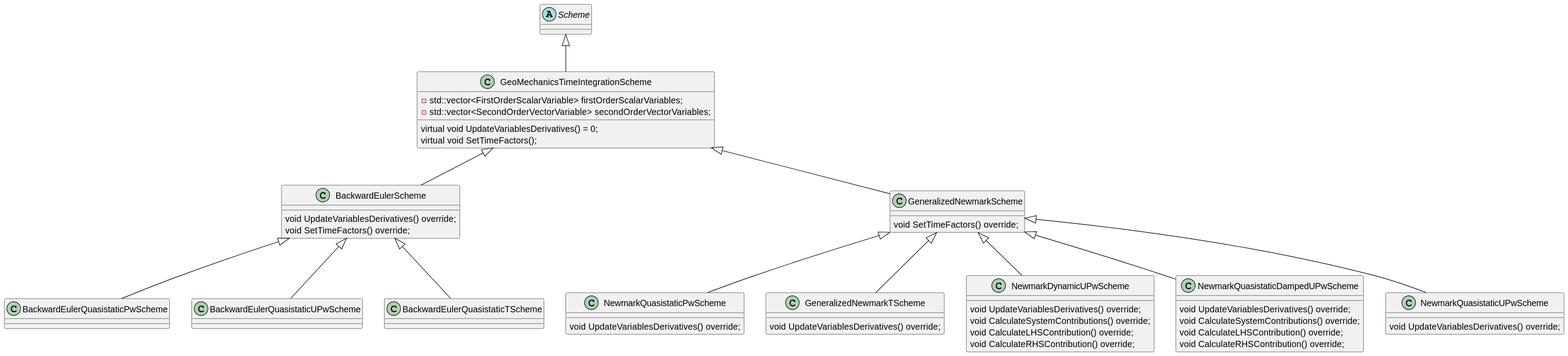
KratosMultiphysics/Kratos keeps this PlantUML diagram as applications/GeoMechanicsApplication/custom_strategies/schemes/SchemeStructure.svg. Above is the earlier version.
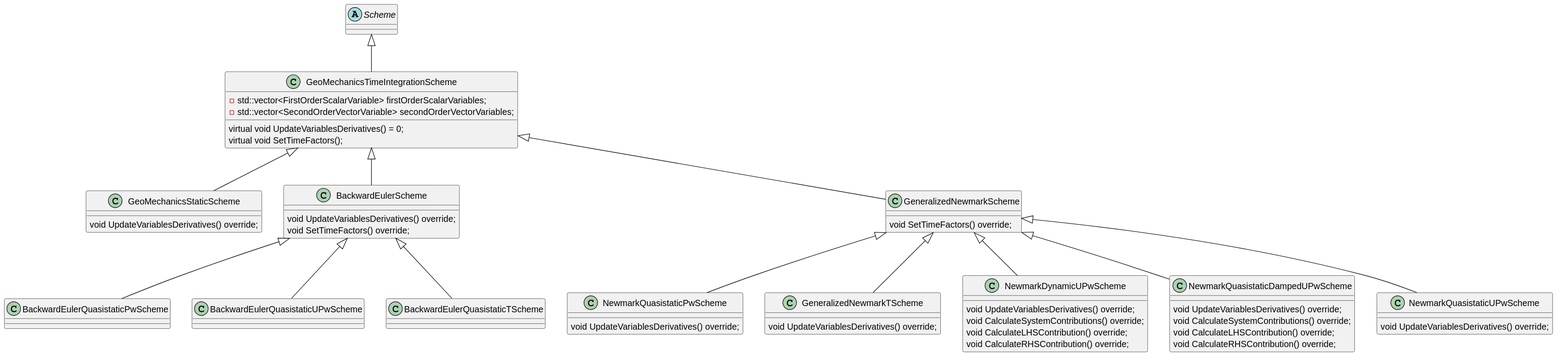
The same diagram one commit later.

Diff of the diagram source:
```diff
@@ -10,6 +10,12 @@
     virtual void SetTimeFactors();
 }
 Scheme <|-- GeoMechanicsTimeIntegrationScheme
+
+class GeoMechanicsStaticScheme
+{
+    void UpdateVariablesDerivatives() override;
+}
+GeoMechanicsTimeIntegrationScheme <|-- GeoMechanicsStaticScheme
 
 class BackwardEulerScheme
 {
```
